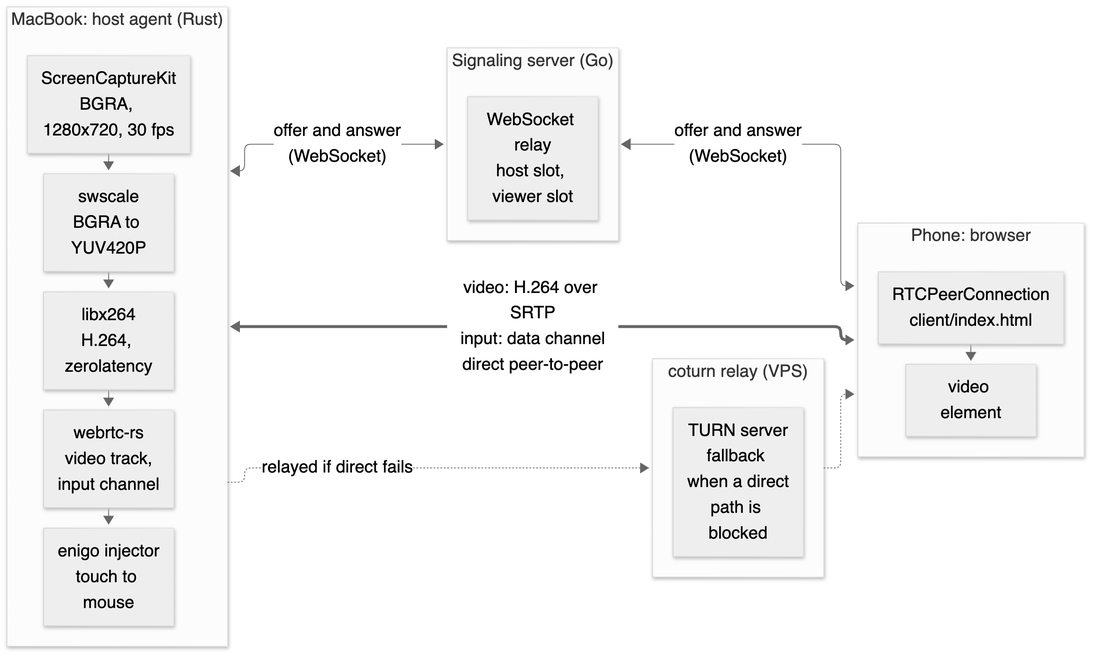
Above: docs/diagrams/architecture.png in AbhishekS-06/RemoteBridge (Mermaid), before the change. Its source is kept beside it as docs/diagrams/architecture.mmd.
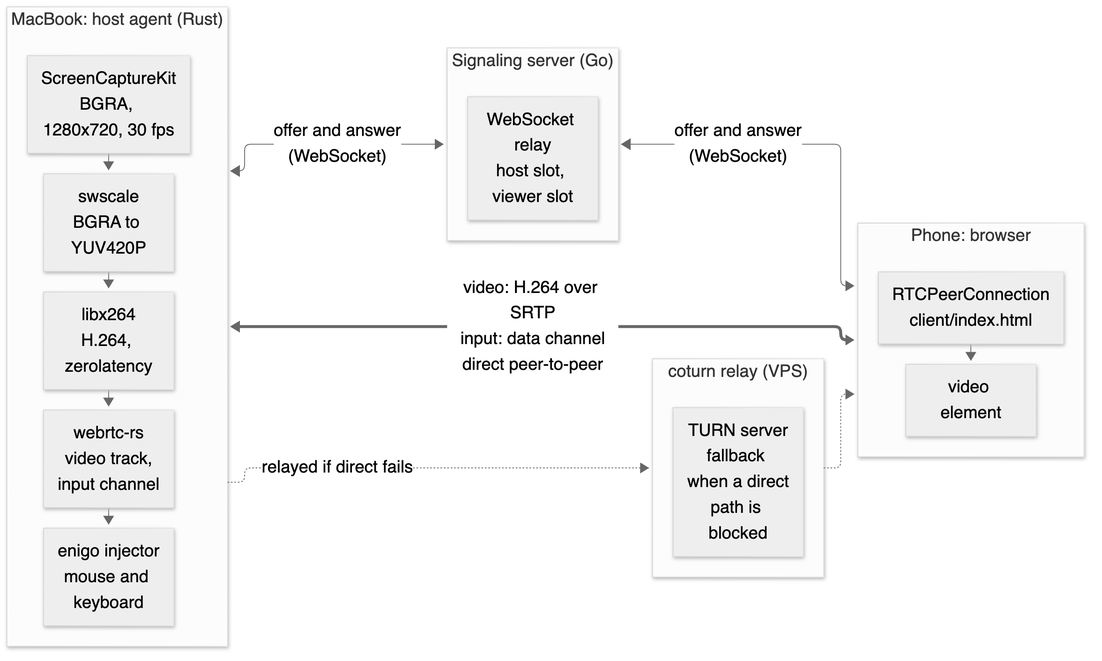
After the commit.

Commit message:
keyboard input: typed text and named keys/shortcuts over the data channel, on-screen keyboard button for the phone

What changed in the source:
```diff
@@ -5,7 +5,7 @@
         SCALE["swscale<br/>BGRA to YUV420P"]
         ENC["libx264<br/>H.264, zerolatency"]
         TRACK["webrtc-rs<br/>video track,<br/>input channel"]
-        INJ["enigo injector<br/>touch to mouse"]
+        INJ["enigo injector<br/>mouse and keyboard"]
         CAP --> SCALE --> ENC --> TRACK
         TRACK --> INJ
     end
```
